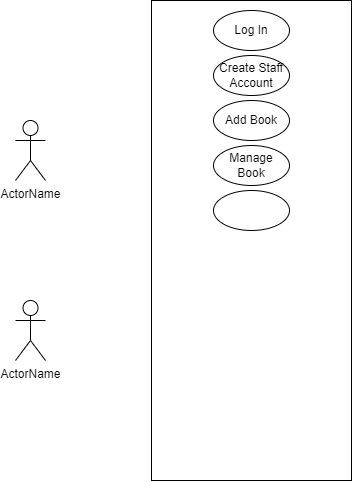
This is use_case.drawio.png from Jayrou12345/Flowchart, a draw.io export, as it was before one commit. Source tidied: cells renumbered, new cells last; positions are measured from the earlier drawing's top-left corner, leaving out a move shared by most shapes.
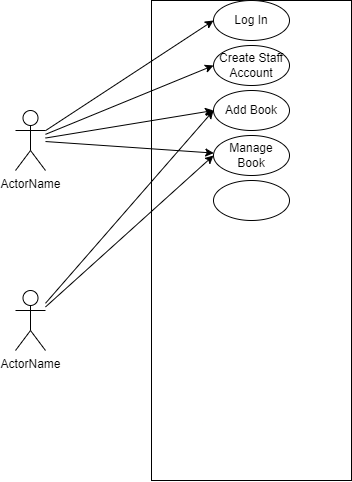
After the commit.

Change to the diagram source:
```diff
@@ -3,14 +3,32 @@
     <mxCell id="0" />
     <mxCell id="1" parent="0" />
     <mxCell id="2" style="rounded=0;whiteSpace=wrap;html=1;" parent="1" vertex="1">
-      <mxGeometry x="136" width="200" height="480" as="geometry" />
+      <mxGeometry x="136" y="10" width="200" height="480" as="geometry" />
     </mxCell>
     <mxCell id="3" value="Log In" style="ellipse;whiteSpace=wrap;html=1;" parent="1" vertex="1">
       <mxGeometry x="198" y="10" width="76" height="40" as="geometry" />
     </mxCell>
+    <mxCell id="10" style="edgeStyle=none;rounded=0;jettySize=auto;html=1;entryX=0;entryY=0.5;entryDx=0;entryDy=0;" parent="1" edge="1" source="4" target="3">
+      <mxGeometry relative="1" as="geometry" />
+    </mxCell>
+    <mxCell id="11" style="edgeStyle=none;rounded=0;jettySize=auto;html=1;entryX=0;entryY=0.5;entryDx=0;entryDy=0;" parent="1" edge="1" source="4" target="6">
+      <mxGeometry relative="1" as="geometry" />
+    </mxCell>
+    <mxCell id="12" style="edgeStyle=none;rounded=0;jettySize=auto;html=1;entryX=0;entryY=0.5;entryDx=0;entryDy=0;" parent="1" edge="1" source="4" target="7">
+      <mxGeometry relative="1" as="geometry" />
+    </mxCell>
+    <mxCell id="13" style="edgeStyle=none;rounded=0;jettySize=auto;html=1;" parent="1" edge="1" source="4" target="8">
+      <mxGeometry relative="1" as="geometry" />
+    </mxCell>
     <mxCell id="4" value="ActorName" style="shape=umlActor;html=1;verticalLabelPosition=bottom;verticalAlign=top;align=center;" parent="1" vertex="1">
       <mxGeometry y="120" width="30" height="60" as="geometry" />
     </mxCell>
+    <mxCell id="14" style="edgeStyle=none;rounded=0;jettySize=auto;html=1;entryX=0;entryY=0.5;entryDx=0;entryDy=0;" parent="1" edge="1" source="5" target="7">
+      <mxGeometry relative="1" as="geometry" />
+    </mxCell>
+    <mxCell id="15" style="edgeStyle=none;rounded=0;jettySize=auto;html=1;entryX=0;entryY=0.5;entryDx=0;entryDy=0;" parent="1" edge="1" source="5" target="8">
+      <mxGeometry relative="1" as="geometry" />
+    </mxCell>
     <mxCell id="5" value="ActorName" style="shape=umlActor;html=1;verticalLabelPosition=bottom;verticalAlign=top;align=center;" parent="1" vertex="1">
       <mxGeometry y="300" width="30" height="60" as="geometry" />
     </mxCell>
```
